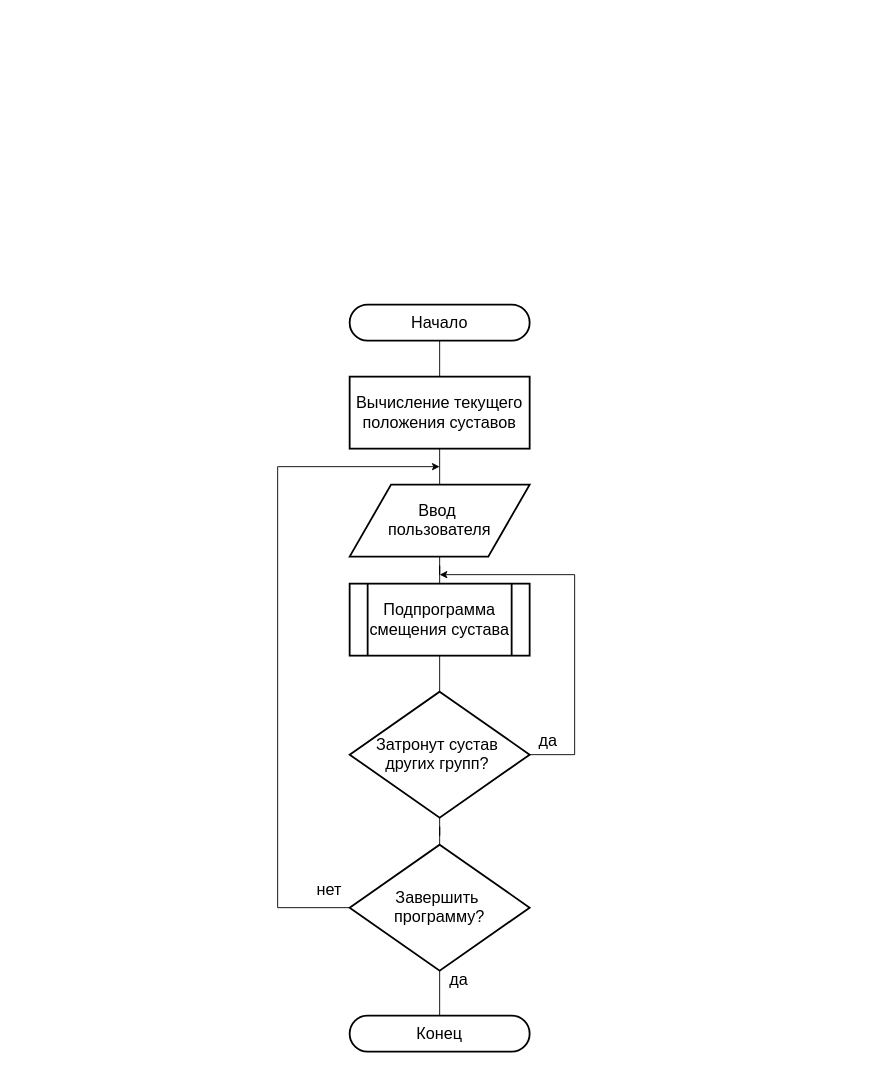
n7arti/MIET.Magistratura keeps this draw.io diagram as Диссертация/Смотр 2 курс 2 семестр/Доп материалы/Блок-схема.drawio. Above is the earlier version. Source tidied: cells renumbered, new cells numbered last; positions are measured from the earlier drawing's top-left corner, leaving out a move shared by most shapes. Both pictures are drawn from the tidied source at 90%, with x=0, y=0 at pixel (277, 304).
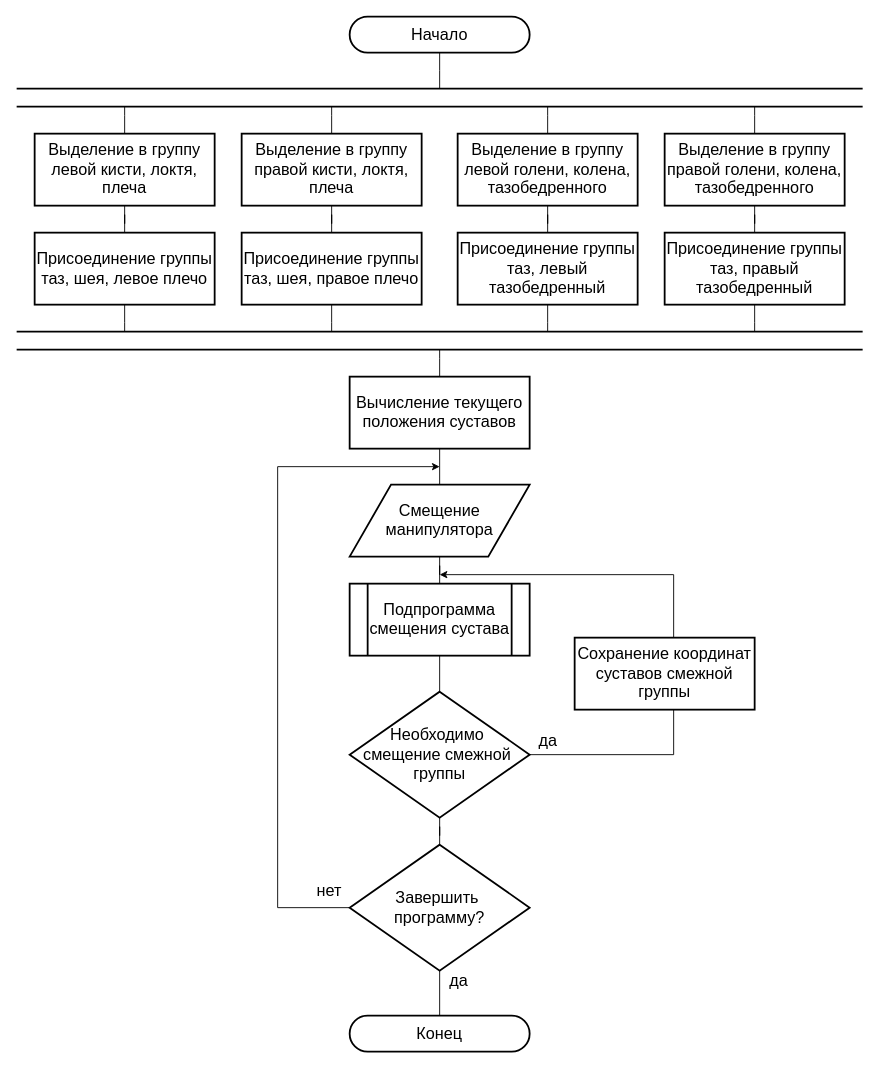
After the change.

Unchanged cells that the change refers to:
```xml
<mxCell id="5" value="&lt;font style=&quot;font-size: 18px;&quot;&gt;Вычисление текущего положения суставов&lt;/font&gt;" style="rounded=0;whiteSpace=wrap;html=1;absoluteArcSize=1;arcSize=14;strokeWidth=2;" parent="1" vertex="1">
  <mxGeometry x="80" y="80" width="200" height="80" as="geometry" />
</mxCell>
```

Change to the diagram source:
```diff
@@
-    <mxCell id="2" style="edgeStyle=orthogonalEdgeStyle;rounded=0;jettySize=auto;html=1;endArrow=none;startFill=0;" parent="1" edge="1" source="3" target="5">
-      <mxGeometry relative="1" as="geometry" />
-    </mxCell>
+    <mxCell id="20" style="edgeStyle=orthogonalEdgeStyle;rounded=0;jettySize=auto;html=1;endArrow=none;startFill=0;" parent="1" edge="1" source="3">
+      <mxGeometry relative="1" as="geometry">
+        <mxPoint x="180" y="-240" as="targetPoint" />
+      </mxGeometry>
+    </mxCell>
     <mxCell id="3" value="&lt;font style=&quot;font-size: 18px;&quot;&gt;Начало&lt;/font&gt;" style="rounded=1;whiteSpace=wrap;html=1;absoluteArcSize=1;arcSize=72;strokeWidth=2;" parent="1" vertex="1">
-      <mxGeometry x="80" width="200" height="40" as="geometry" />
+      <mxGeometry x="80" y="-320" width="200" height="40" as="geometry" />
     </mxCell>
@@
+    <mxCell id="21" style="edgeStyle=orthogonalEdgeStyle;rounded=0;jettySize=auto;html=1;endArrow=none;startFill=0;" parent="1" edge="1" source="5">
+      <mxGeometry relative="1" as="geometry">
+        <mxPoint x="180" y="50" as="targetPoint" />
+      </mxGeometry>
+    </mxCell>
@@
-    <mxCell id="7" value="&lt;font style=&quot;font-size: 18px;&quot;&gt;Ввод&amp;nbsp;&lt;/font&gt;&lt;div&gt;&lt;font style=&quot;font-size: 18px;&quot;&gt;пользователя&lt;/font&gt;&lt;/div&gt;" style="shape=parallelogram;html=1;strokeWidth=2;perimeter=parallelogramPerimeter;whiteSpace=wrap;rounded=0;arcSize=12;size=0.23;" parent="1" vertex="1">
+    <mxCell id="7" value="&lt;span style=&quot;font-size: 18px;&quot;&gt;Смещение манипулятора&lt;/span&gt;" style="shape=parallelogram;html=1;strokeWidth=2;perimeter=parallelogramPerimeter;whiteSpace=wrap;rounded=0;arcSize=12;size=0.23;" parent="1" vertex="1">
       <mxGeometry x="80" y="200" width="200" height="80" as="geometry" />
     </mxCell>
@@
     <mxCell id="16" style="edgeStyle=orthogonalEdgeStyle;rounded=0;jettySize=auto;html=1;" parent="1" edge="1" source="18">
       <mxGeometry relative="1" as="geometry">
         <mxPoint x="180" y="300" as="targetPoint" />
         <Array as="points">
-          <mxPoint x="330" y="500" />
-          <mxPoint x="330" y="300" />
+          <mxPoint x="440" y="500" />
+          <mxPoint x="440" y="300" />
         </Array>
       </mxGeometry>
     </mxCell>
@@
-    <mxCell id="18" value="&lt;div&gt;&lt;span style=&quot;font-size: 18px;&quot;&gt;Затронут сустав&amp;nbsp;&lt;/span&gt;&lt;/div&gt;&lt;div&gt;&lt;span style=&quot;font-size: 18px;&quot;&gt;других групп?&amp;nbsp;&lt;/span&gt;&lt;/div&gt;" style="strokeWidth=2;html=1;shape=mxgraph.flowchart.decision;whiteSpace=wrap;" parent="1" vertex="1">
+    <mxCell id="18" value="&lt;div&gt;&lt;span style=&quot;font-size: 18px;&quot;&gt;Необходимо&amp;nbsp;&lt;/span&gt;&lt;/div&gt;&lt;div&gt;&lt;span style=&quot;font-size: 18px;&quot;&gt;смещение смежной&amp;nbsp;&lt;/span&gt;&lt;/div&gt;&lt;div&gt;&lt;span style=&quot;font-size: 18px;&quot;&gt;группы&lt;/span&gt;&lt;/div&gt;" style="strokeWidth=2;html=1;shape=mxgraph.flowchart.decision;whiteSpace=wrap;" parent="1" vertex="1">
       <mxGeometry x="80" y="430" width="200" height="140" as="geometry" />
     </mxCell>
@@
+    <mxCell id="22" value="&lt;font style=&quot;font-size: 18px;&quot;&gt;Сохранение координат суставов смежной группы&lt;/font&gt;" style="rounded=0;whiteSpace=wrap;html=1;absoluteArcSize=1;arcSize=14;strokeWidth=2;" parent="1" vertex="1">
+      <mxGeometry x="330" y="370" width="200" height="80" as="geometry" />
+    </mxCell>
+    <mxCell id="23" style="endArrow=none;html=1;rounded=0;strokeWidth=2;" parent="1" edge="1">
+      <mxGeometry relative="1" as="geometry">
+        <mxPoint x="-290" y="-240" as="sourcePoint" />
+        <mxPoint x="650" y="-240" as="targetPoint" />
+      </mxGeometry>
+    </mxCell>
+    <mxCell id="24" style="endArrow=none;html=1;rounded=0;strokeWidth=2;" parent="1" edge="1">
+      <mxGeometry relative="1" as="geometry">
+        <mxPoint x="-290" y="-220" as="sourcePoint" />
+        <mxPoint x="650" y="-220" as="targetPoint" />
+      </mxGeometry>
+    </mxCell>
+    <mxCell id="25" style="edgeStyle=orthogonalEdgeStyle;rounded=0;jettySize=auto;html=1;endArrow=none;startFill=0;" parent="1" edge="1" source="27">
+      <mxGeometry relative="1" as="geometry">
+        <mxPoint x="-170" y="-220" as="targetPoint" />
+      </mxGeometry>
+    </mxCell>
+    <mxCell id="26" style="edgeStyle=orthogonalEdgeStyle;rounded=0;jettySize=auto;html=1;entryX=0.5;entryY=0;entryDx=0;entryDy=0;endArrow=none;startFill=0;" parent="1" edge="1" source="27" target="38">
+      <mxGeometry relative="1" as="geometry" />
+    </mxCell>
+    <mxCell id="27" value="&lt;font style=&quot;font-size: 18px;&quot;&gt;Выделение в группу левой кисти, локтя, плеча&lt;/font&gt;" style="rounded=0;whiteSpace=wrap;html=1;absoluteArcSize=1;arcSize=14;strokeWidth=2;" parent="1" vertex="1">
+      <mxGeometry x="-270" y="-190" width="200" height="80" as="geometry" />
+    </mxCell>
+    <mxCell id="28" style="edgeStyle=orthogonalEdgeStyle;rounded=0;jettySize=auto;html=1;endArrow=none;startFill=0;" parent="1" edge="1" source="30">
+      <mxGeometry relative="1" as="geometry">
+        <mxPoint x="60" y="-220" as="targetPoint" />
+      </mxGeometry>
+    </mxCell>
+    <mxCell id="29" style="edgeStyle=orthogonalEdgeStyle;rounded=0;jettySize=auto;html=1;entryX=0.5;entryY=0;entryDx=0;entryDy=0;endArrow=none;startFill=0;" parent="1" edge="1" source="30" target="40">
+      <mxGeometry relative="1" as="geometry" />
+    </mxCell>
+    <mxCell id="30" value="&lt;font style=&quot;font-size: 18px;&quot;&gt;Выделение в группу правой кисти, локтя, плеча&lt;/font&gt;" style="rounded=0;whiteSpace=wrap;html=1;absoluteArcSize=1;arcSize=14;strokeWidth=2;" parent="1" vertex="1">
+      <mxGeometry x="-40" y="-190" width="200" height="80" as="geometry" />
+    </mxCell>
+    <mxCell id="31" style="edgeStyle=orthogonalEdgeStyle;rounded=0;jettySize=auto;html=1;endArrow=none;startFill=0;" parent="1" edge="1" source="33">
+      <mxGeometry relative="1" as="geometry">
+        <mxPoint x="300" y="-220" as="targetPoint" />
+      </mxGeometry>
+    </mxCell>
+    <mxCell id="32" style="edgeStyle=orthogonalEdgeStyle;rounded=0;jettySize=auto;html=1;entryX=0.5;entryY=0;entryDx=0;entryDy=0;endArrow=none;startFill=0;" parent="1" edge="1" source="33" target="42">
+      <mxGeometry relative="1" as="geometry" />
+    </mxCell>
+    <mxCell id="33" value="&lt;font style=&quot;font-size: 18px;&quot;&gt;Выделение в группу левой голени, колена, тазобедренного&lt;/font&gt;" style="rounded=0;whiteSpace=wrap;html=1;absoluteArcSize=1;arcSize=14;strokeWidth=2;" parent="1" vertex="1">
+      <mxGeometry x="200" y="-190" width="200" height="80" as="geometry" />
+    </mxCell>
+    <mxCell id="34" style="edgeStyle=orthogonalEdgeStyle;rounded=0;jettySize=auto;html=1;endArrow=none;startFill=0;" parent="1" edge="1" source="36">
+      <mxGeometry relative="1" as="geometry">
+        <mxPoint x="530" y="-220" as="targetPoint" />
+      </mxGeometry>
+    </mxCell>
+    <mxCell id="35" style="edgeStyle=orthogonalEdgeStyle;rounded=0;jettySize=auto;html=1;entryX=0.5;entryY=0;entryDx=0;entryDy=0;endArrow=none;startFill=0;" parent="1" edge="1" source="36" target="44">
+      <mxGeometry relative="1" as="geometry" />
+    </mxCell>
+    <mxCell id="36" value="&lt;font style=&quot;font-size: 18px;&quot;&gt;Выделение в группу правой голени, колена, тазобедренного&lt;/font&gt;" style="rounded=0;whiteSpace=wrap;html=1;absoluteArcSize=1;arcSize=14;strokeWidth=2;" parent="1" vertex="1">
+      <mxGeometry x="430" y="-190" width="200" height="80" as="geometry" />
+    </mxCell>
+    <mxCell id="37" style="edgeStyle=orthogonalEdgeStyle;rounded=0;jettySize=auto;html=1;endArrow=none;startFill=0;" parent="1" edge="1" source="38">
+      <mxGeometry relative="1" as="geometry">
+        <mxPoint x="-170" y="30" as="targetPoint" />
+      </mxGeometry>
+    </mxCell>
+    <mxCell id="38" value="&lt;font style=&quot;font-size: 18px;&quot;&gt;Присоединение группы таз, шея, левое плечо&lt;/font&gt;" style="rounded=0;whiteSpace=wrap;html=1;absoluteArcSize=1;arcSize=14;strokeWidth=2;" parent="1" vertex="1">
+      <mxGeometry x="-270" y="-80" width="200" height="80" as="geometry" />
+    </mxCell>
+    <mxCell id="39" style="edgeStyle=orthogonalEdgeStyle;rounded=0;jettySize=auto;html=1;endArrow=none;startFill=0;" parent="1" edge="1" source="40">
+      <mxGeometry relative="1" as="geometry">
+        <mxPoint x="60" y="30" as="targetPoint" />
+      </mxGeometry>
+    </mxCell>
+    <mxCell id="40" value="&lt;font style=&quot;font-size: 18px;&quot;&gt;Присоединение группы таз, шея, правое плечо&lt;/font&gt;" style="rounded=0;whiteSpace=wrap;html=1;absoluteArcSize=1;arcSize=14;strokeWidth=2;" parent="1" vertex="1">
+      <mxGeometry x="-40" y="-80" width="200" height="80" as="geometry" />
+    </mxCell>
+    <mxCell id="41" style="edgeStyle=orthogonalEdgeStyle;rounded=0;jettySize=auto;html=1;endArrow=none;startFill=0;" parent="1" edge="1" source="42">
+      <mxGeometry relative="1" as="geometry">
+        <mxPoint x="300" y="30" as="targetPoint" />
+      </mxGeometry>
+    </mxCell>
+    <mxCell id="42" value="&lt;font style=&quot;font-size: 18px;&quot;&gt;Присоединение группы таз, левый тазобедренный&lt;/font&gt;" style="rounded=0;whiteSpace=wrap;html=1;absoluteArcSize=1;arcSize=14;strokeWidth=2;" parent="1" vertex="1">
+      <mxGeometry x="200" y="-80" width="200" height="80" as="geometry" />
+    </mxCell>
+    <mxCell id="43" style="edgeStyle=orthogonalEdgeStyle;rounded=0;jettySize=auto;html=1;endArrow=none;startFill=0;" parent="1" edge="1" source="44">
+      <mxGeometry relative="1" as="geometry">
+        <mxPoint x="530" y="30" as="targetPoint" />
+      </mxGeometry>
+    </mxCell>
+    <mxCell id="44" value="&lt;font style=&quot;font-size: 18px;&quot;&gt;Присоединение группы таз, правый тазобедренный&lt;/font&gt;" style="rounded=0;whiteSpace=wrap;html=1;absoluteArcSize=1;arcSize=14;strokeWidth=2;" parent="1" vertex="1">
+      <mxGeometry x="430" y="-80" width="200" height="80" as="geometry" />
+    </mxCell>
+    <mxCell id="45" style="endArrow=none;html=1;rounded=0;strokeWidth=2;" parent="1" edge="1">
+      <mxGeometry relative="1" as="geometry">
+        <mxPoint x="-290" y="30" as="sourcePoint" />
+        <mxPoint x="650" y="30" as="targetPoint" />
+      </mxGeometry>
+    </mxCell>
+    <mxCell id="46" style="endArrow=none;html=1;rounded=0;strokeWidth=2;" parent="1" edge="1">
+      <mxGeometry relative="1" as="geometry">
+        <mxPoint x="-290" y="50" as="sourcePoint" />
+        <mxPoint x="650" y="50" as="targetPoint" />
+      </mxGeometry>
+    </mxCell>
```
